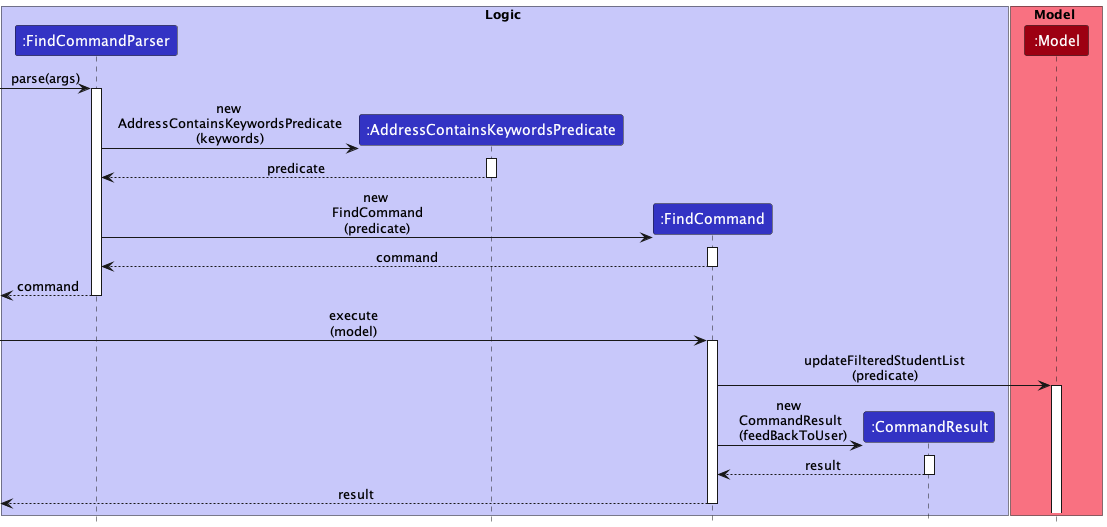
This is docs/images/DG-images/FindByAddressSequenceDiagram.png from nus-cs2103-AY2223S1/tp, a PlantUML export, as it was before one commit.
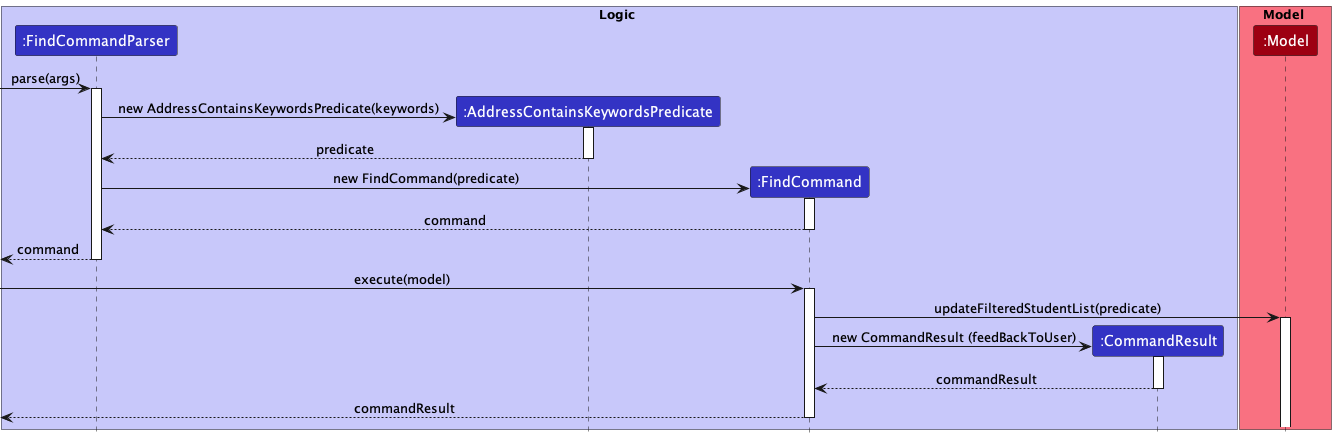
After the change.

Commit message:
Fix spacing due to new line

Diff of the diagram source:
```diff
@@ -16,14 +16,14 @@
 activate FindCommandParser
 
 create AddressContainsKeywordsPredicate
-FindCommandParser -> AddressContainsKeywordsPredicate : new \nAddressContainsKeywordsPredicate\n(keywords)
+FindCommandParser -> AddressContainsKeywordsPredicate : new AddressContainsKeywordsPredicate(keywords)
 activate AddressContainsKeywordsPredicate
 
 AddressContainsKeywordsPredicate --> FindCommandParser : predicate
 deactivate AddressContainsKeywordsPredicate
 
 create FindCommand
-FindCommandParser -> FindCommand : new \nFindCommand\n(predicate)
+FindCommandParser -> FindCommand : new FindCommand(predicate)
 activate FindCommand
 
 FindCommand --> FindCommandParser : command
@@ -32,19 +32,19 @@
 [<--FindCommandParser : command
 deactivate FindCommandParser
 
-[->FindCommand : execute\n(model)
+[->FindCommand : execute(model)
 activate FindCommand
 
-FindCommand -> Model : updateFilteredStudentList\n(predicate)
+FindCommand -> Model : updateFilteredStudentList(predicate)
 activate Model
 
 create CommandResult
-FindCommand -> CommandResult : new \nCommandResult\n (feedBackToUser)
+FindCommand -> CommandResult : new CommandResult (feedBackToUser)
 activate CommandResult
 
-CommandResult --> FindCommand : result
+CommandResult --> FindCommand : commandResult
 deactivate CommandResult
 
-[<--FindCommand : result
+[<--FindCommand : commandResult
 deactivate FindCommand
 @enduml
```
